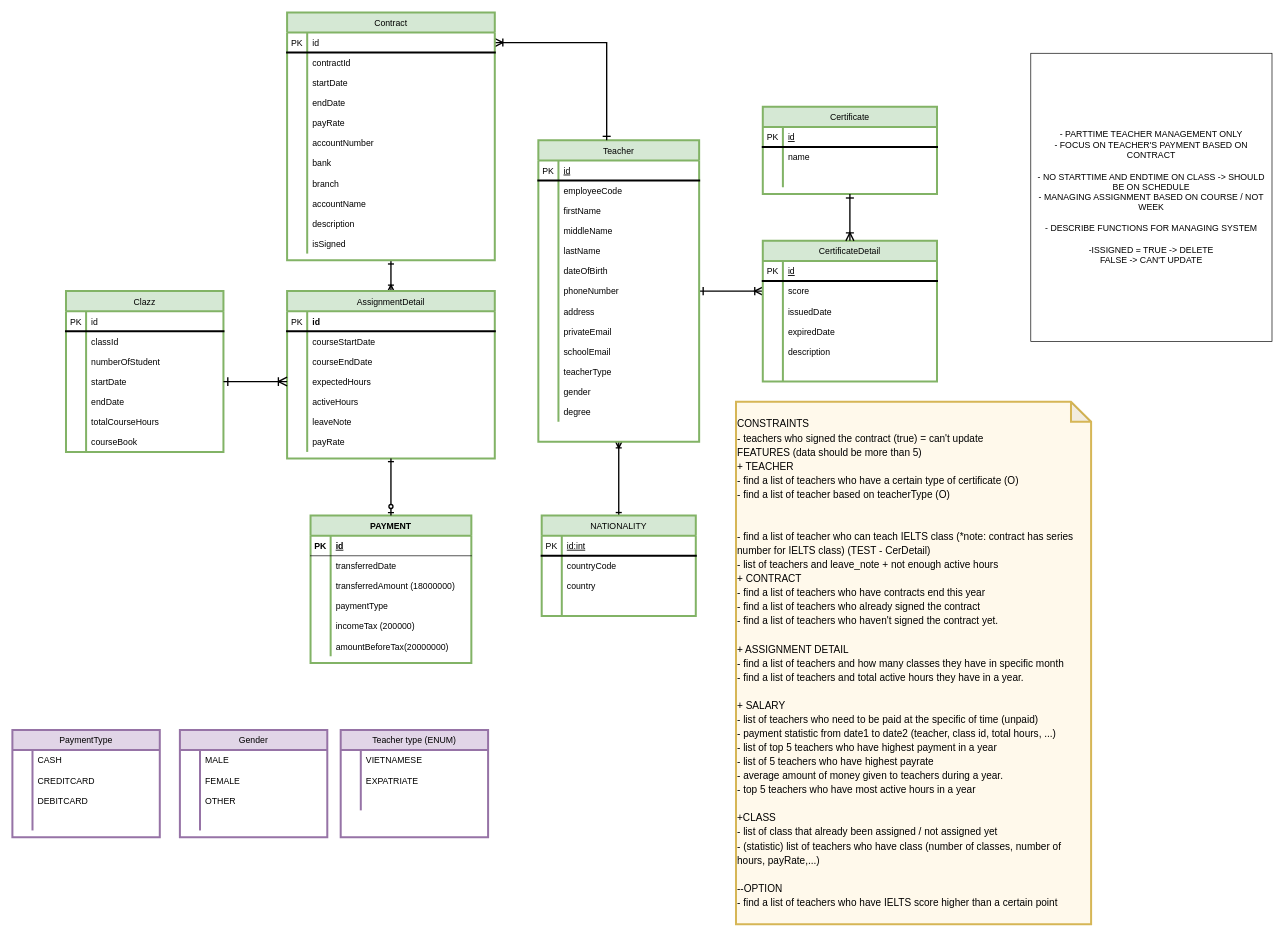
Above: Teacher_Management_System - Type.drawio in AmberNguyn/PersonalProject_TeacherManagement (draw.io), before the change. Source tidied: cells renumbered, new cells numbered last; positions are measured from the earlier drawing's top-left corner, leaving out a move shared by most shapes. Both pictures are drawn from the tidied source at 67%, with x=0, y=0 at pixel (12, 12).
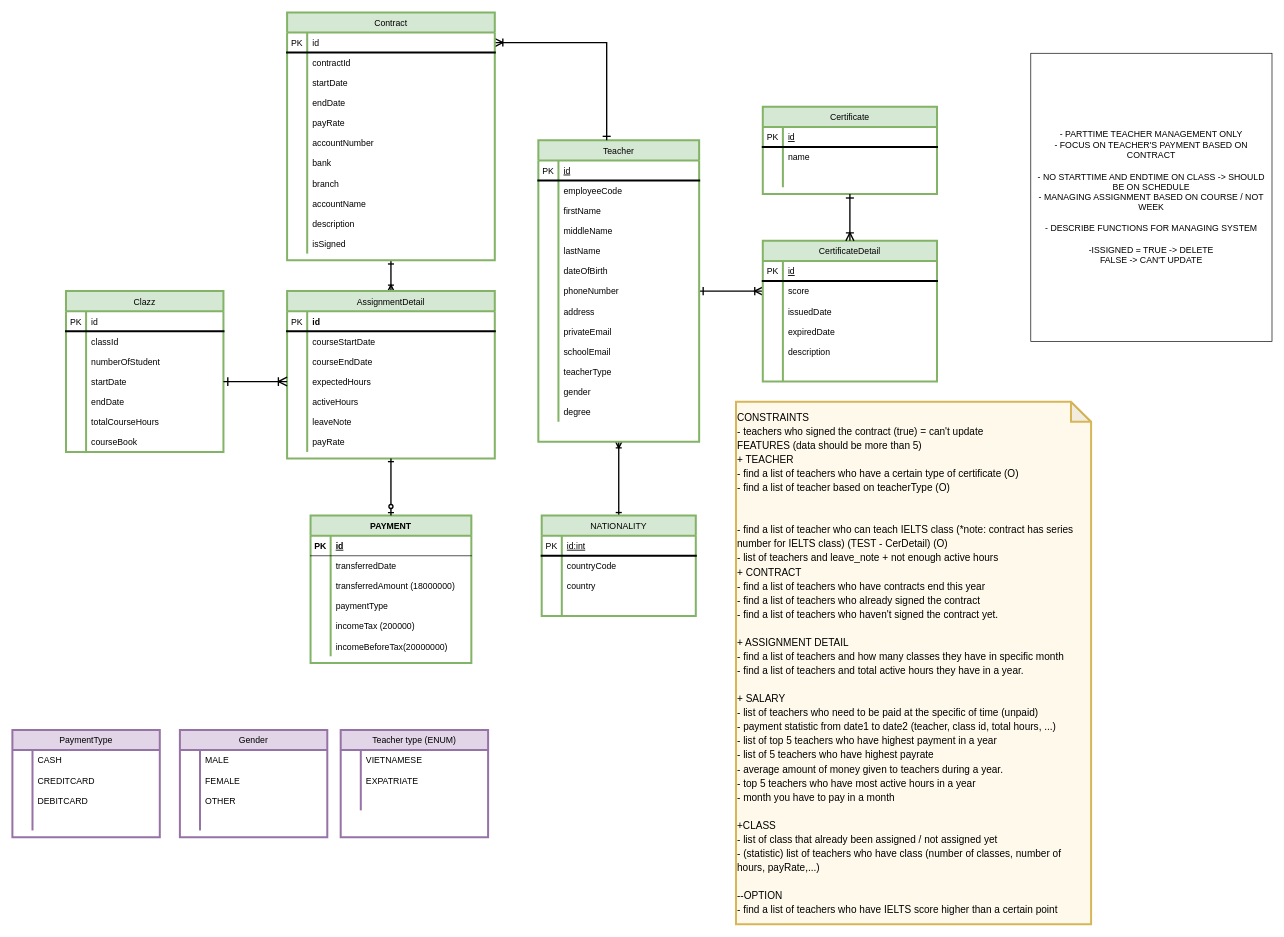
After the change.

The change refers to these unchanged cells:
```xml
<mxCell id="178" style="shape=tableRow;horizontal=0;startSize=0;swimlaneHead=0;swimlaneBody=0;fillColor=none;top=0;left=0;right=0;bottom=0;fontSize=13;" parent="162" vertex="1">
  <mxGeometry y="180" width="240" height="30" as="geometry" />
</mxCell>
```

What changed in the source:
```diff
@@
-    <mxCell id="180" value="amountBeforeTax(20000000)" style="shape=partialRectangle;fillColor=none;top=0;left=0;bottom=0;right=0;align=left;spacingLeft=6;overflow=hidden;fontSize=13;" parent="178" vertex="1">
+    <mxCell id="180" value="incomeBeforeTax(20000000)" style="shape=partialRectangle;fillColor=none;top=0;left=0;bottom=0;right=0;align=left;spacingLeft=6;overflow=hidden;fontSize=13;" parent="178" vertex="1">
       <mxGeometry x="30" width="210" height="30" as="geometry" />
     </mxCell>
@@
-    <mxCell id="225" value="&lt;font style=&quot;font-size: 15px; line-height: 1.4;&quot;&gt;CONSTRAINTS&lt;br&gt;- teachers who signed the contract (true) = can't update&lt;br&gt;FEATURES (data should be more than 5)&lt;br&gt;+ TEACHER&lt;br&gt;- find a list of teachers who have a certain type of certificate (O)&lt;br&gt;- find a list of teacher based on teacherType (O)&lt;br&gt;&lt;br&gt;&lt;br&gt;- find a list of teacher who can teach IELTS class (*note: contract has series number for IELTS class) (TEST - CerDetail)&lt;br&gt;- list of teachers and leave_note + not enough active hours&lt;br&gt;+ CONTRACT&lt;br&gt;- find a list of teachers who have contracts end this year&lt;br&gt;- find a list of teachers who already signed the contract&lt;br&gt;- find a list of teachers who haven't signed the contract yet.&lt;br&gt;&lt;br&gt;+ ASSIGNMENT DETAIL&lt;br&gt;- find a list of teachers and how many classes they have in specific month&lt;br&gt;- find a list of teachers and total active hours they have in a year.&lt;br&gt;&lt;br&gt;+ SALARY&lt;br&gt;- list of teachers who need to be paid at the specific of time (unpaid)&lt;br&gt;- payment statistic from date1 to date2 (teacher, class id, total hours, ...)&amp;nbsp;&lt;br&gt;- list of top 5 teachers who have highest payment in a year&lt;br&gt;- list of 5 teachers who have highest payrate&lt;br&gt;- average amount of money given to teachers during a year.&lt;br&gt;- top 5 teachers who have most active hours in a year&lt;br&gt;&lt;br&gt;+CLASS&lt;br&gt;- list of class that already been assigned / not assigned yet&lt;br&gt;- (statistic) list of teachers who have class (number of classes, number of hours, payRate,...)&lt;br&gt;&lt;br&gt;--OPTION&lt;br&gt;- find a list of teachers who have IELTS score higher than a certain point&lt;br&gt;&lt;/font&gt;" style="shape=note;whiteSpace=wrap;html=1;backgroundOutline=1;darkOpacity=0.05;fontSize=13;strokeWidth=3;fillColor=#FFF9EB;strokeColor=#d6b656;align=left;" parent="1" vertex="1">
+    <mxCell id="225" value="&lt;font style=&quot;font-size: 15px; line-height: 1.4;&quot;&gt;CONSTRAINTS&lt;br&gt;- teachers who signed the contract (true) = can't update&lt;br&gt;FEATURES (data should be more than 5)&lt;br&gt;+ TEACHER&lt;br&gt;- find a list of teachers who have a certain type of certificate (O)&lt;br&gt;- find a list of teacher based on teacherType (O)&lt;br&gt;&lt;br&gt;&lt;br&gt;- find a list of teacher who can teach IELTS class (*note: contract has series number for IELTS class) (TEST - CerDetail) (O)&lt;br&gt;- list of teachers and leave_note + not enough active hours&lt;br&gt;+ CONTRACT&lt;br&gt;- find a list of teachers who have contracts end this year&lt;br&gt;- find a list of teachers who already signed the contract&lt;br&gt;- find a list of teachers who haven't signed the contract yet.&lt;br&gt;&lt;br&gt;+ ASSIGNMENT DETAIL&lt;br&gt;- find a list of teachers and how many classes they have in specific month&lt;br&gt;- find a list of teachers and total active hours they have in a year.&lt;br&gt;&lt;br&gt;+ SALARY&lt;br&gt;- list of teachers who need to be paid at the specific of time (unpaid)&lt;br&gt;- payment statistic from date1 to date2 (teacher, class id, total hours, ...)&amp;nbsp;&lt;br&gt;- list of top 5 teachers who have highest payment in a year&lt;br&gt;- list of 5 teachers who have highest payrate&lt;br&gt;- average amount of money given to teachers during a year.&lt;br&gt;- top 5 teachers who have most active hours in a year&lt;br&gt;- month you have to pay in a month&lt;br&gt;&lt;br&gt;+CLASS&lt;br&gt;- list of class that already been assigned / not assigned yet&lt;br&gt;- (statistic) list of teachers who have class (number of classes, number of hours, payRate,...)&lt;br&gt;&lt;br&gt;--OPTION&lt;br&gt;- find a list of teachers who have IELTS score higher than a certain point&lt;br&gt;&lt;/font&gt;" style="shape=note;whiteSpace=wrap;html=1;backgroundOutline=1;darkOpacity=0.05;fontSize=13;strokeWidth=3;fillColor=#FFF9EB;strokeColor=#d6b656;align=left;" parent="1" vertex="1">
       <mxGeometry x="1080" y="581" width="530" height="780" as="geometry" />
     </mxCell>
```
